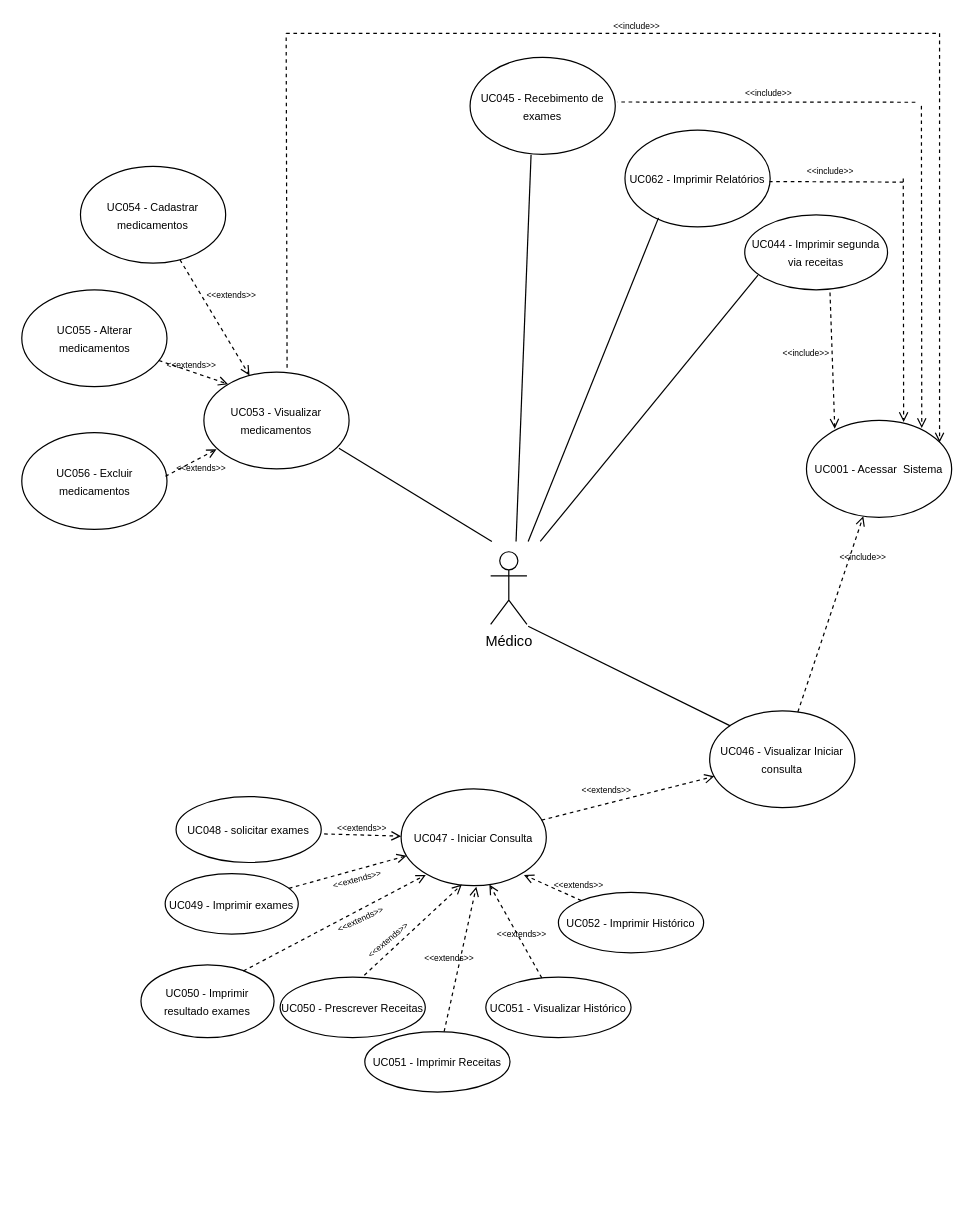
Above: MÉDICO.drawio in botavares/tcc_pucminas_clinmed (draw.io), before the change. Source tidied: cells renumbered, new cells numbered last; positions are measured from the earlier drawing's top-left corner, leaving out a move shared by most shapes. Both pictures are drawn from the tidied source at 121%, with x=0, y=0 at pixel (22, 21).
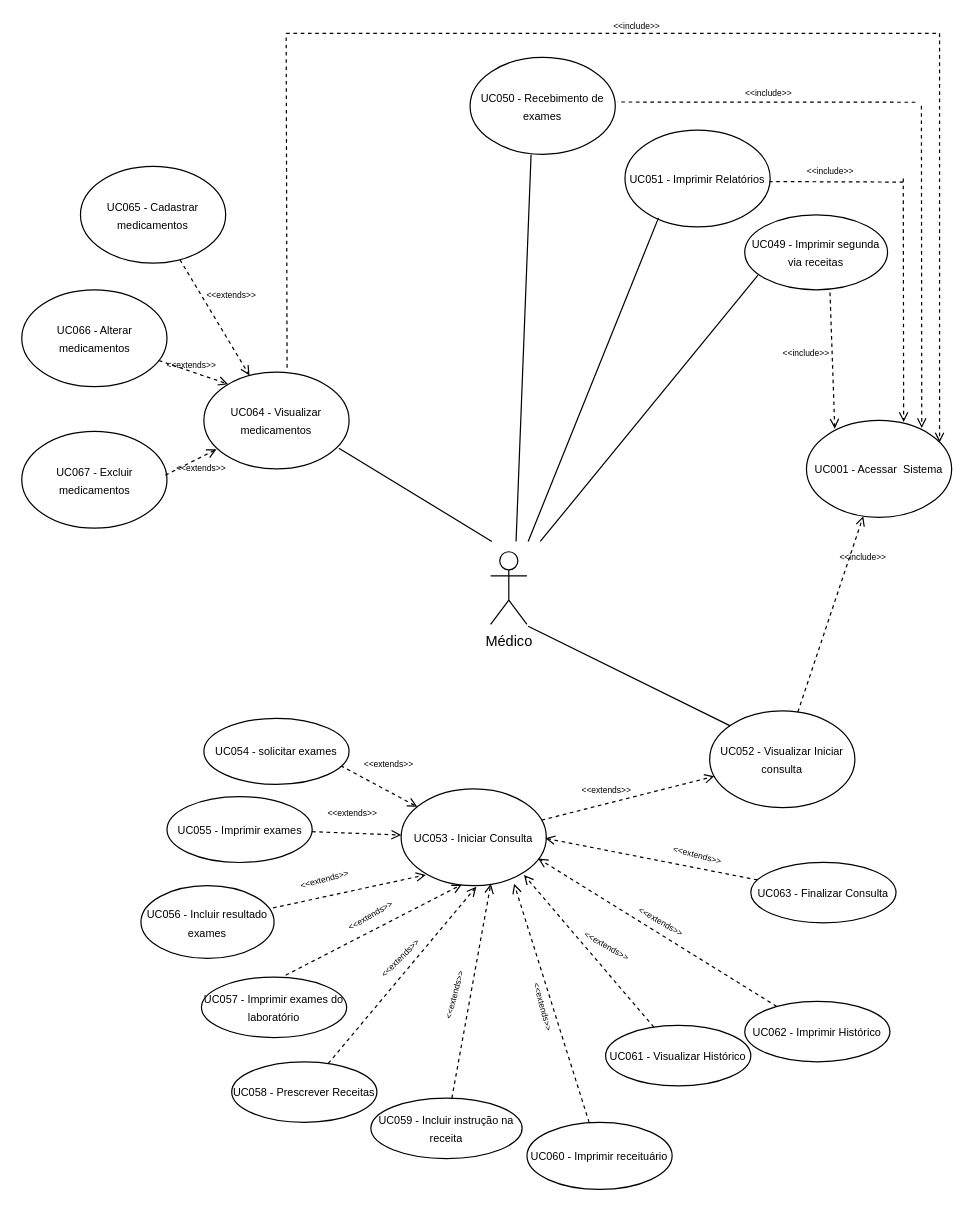
After the change.

Diff of the diagram source:
```diff
@@
-    <mxCell id="4" value="&lt;font style=&quot;font-size: 9px&quot;&gt;UC046 - Visualizar Iniciar consulta&lt;/font&gt;" style="ellipse;whiteSpace=wrap;html=1;" parent="1" vertex="1">
+    <mxCell id="4" value="&lt;font style=&quot;font-size: 9px&quot;&gt;UC052 - Visualizar Iniciar consulta&lt;/font&gt;" style="ellipse;whiteSpace=wrap;html=1;" parent="1" vertex="1">
       <mxGeometry x="568" y="570" width="120" height="80" as="geometry" />
     </mxCell>
@@
-    <mxCell id="7" value="&lt;font style=&quot;font-size: 9px&quot;&gt;UC047 - Iniciar Consulta&lt;br&gt;&lt;/font&gt;" style="ellipse;whiteSpace=wrap;html=1;" parent="1" vertex="1">
+    <mxCell id="7" value="&lt;font style=&quot;font-size: 9px&quot;&gt;UC053 - Iniciar Consulta&lt;br&gt;&lt;/font&gt;" style="ellipse;whiteSpace=wrap;html=1;" parent="1" vertex="1">
       <mxGeometry x="313" y="634.5" width="120" height="80" as="geometry" />
     </mxCell>
-    <mxCell id="8" style="endArrow=open;html=1;dashed=1;fontSize=7;endFill=0;exitX=1.02;exitY=0.567;exitDx=0;exitDy=0;exitPerimeter=0;" parent="1" edge="1" source="9" target="7">
+    <mxCell id="8" style="endArrow=open;html=1;dashed=1;fontSize=7;endFill=0;exitX=0.942;exitY=0.717;exitDx=0;exitDy=0;exitPerimeter=0;" parent="1" edge="1" source="9" target="7">
       <mxGeometry relative="1" as="geometry" />
     </mxCell>
-    <mxCell id="9" value="&lt;font style=&quot;font-size: 9px&quot;&gt;UC048 - solicitar exames&lt;/font&gt;" style="ellipse;whiteSpace=wrap;html=1;" parent="1" vertex="1">
-      <mxGeometry x="127" y="640.8" width="120" height="54.5" as="geometry" />
+    <mxCell id="9" value="&lt;font style=&quot;font-size: 9px&quot;&gt;UC054 - solicitar exames&lt;/font&gt;" style="ellipse;whiteSpace=wrap;html=1;" parent="1" vertex="1">
+      <mxGeometry x="150" y="576.2" width="120" height="54.5" as="geometry" />
     </mxCell>
-    <mxCell id="10" value="&lt;font style=&quot;font-size: 9px&quot;&gt;UC049 - Imprimir exames&lt;/font&gt;" style="ellipse;whiteSpace=wrap;html=1;" parent="1" vertex="1">
-      <mxGeometry x="118" y="704.5" width="110" height="50" as="geometry" />
+    <mxCell id="10" value="&lt;font style=&quot;font-size: 9px&quot;&gt;UC055 - Imprimir exames&lt;/font&gt;" style="ellipse;whiteSpace=wrap;html=1;" parent="1" vertex="1">
+      <mxGeometry x="119.5" y="640.8" width="120" height="54.5" as="geometry" />
     </mxCell>
-    <mxCell id="11" value="&lt;font style=&quot;font-size: 9px&quot;&gt;UC045 - Recebimento de exames&lt;/font&gt;" style="ellipse;whiteSpace=wrap;html=1;" parent="1" vertex="1">
+    <mxCell id="11" value="&lt;font style=&quot;font-size: 9px&quot;&gt;UC050 - Recebimento de exames&lt;/font&gt;" style="ellipse;whiteSpace=wrap;html=1;" parent="1" vertex="1">
       <mxGeometry x="370" y="30" width="120" height="80" as="geometry" />
     </mxCell>
-    <mxCell id="12" value="&lt;font style=&quot;font-size: 9px&quot;&gt;UC044 - Imprimir segunda via receitas&lt;/font&gt;" style="ellipse;whiteSpace=wrap;html=1;" parent="1" vertex="1">
+    <mxCell id="12" value="&lt;font style=&quot;font-size: 9px&quot;&gt;UC049 - Imprimir segunda via receitas&lt;/font&gt;" style="ellipse;whiteSpace=wrap;html=1;" parent="1" vertex="1">
       <mxGeometry x="597" y="160" width="118" height="62" as="geometry" />
     </mxCell>
@@
-    <mxCell id="19" value="&lt;font style=&quot;font-size: 9px&quot;&gt;UC053 - Visualizar medicamentos&lt;/font&gt;" style="ellipse;whiteSpace=wrap;html=1;" parent="1" vertex="1">
+    <mxCell id="19" value="&lt;font style=&quot;font-size: 9px&quot;&gt;UC064 - Visualizar medicamentos&lt;/font&gt;" style="ellipse;whiteSpace=wrap;html=1;" parent="1" vertex="1">
       <mxGeometry x="150" y="290" width="120" height="80" as="geometry" />
     </mxCell>
-    <mxCell id="20" value="&lt;font style=&quot;font-size: 9px&quot;&gt;UC055 - Alterar medicamentos&lt;/font&gt;" style="ellipse;whiteSpace=wrap;html=1;" parent="1" vertex="1">
+    <mxCell id="20" value="&lt;font style=&quot;font-size: 9px&quot;&gt;UC066 - Alterar medicamentos&lt;/font&gt;" style="ellipse;whiteSpace=wrap;html=1;" parent="1" vertex="1">
       <mxGeometry x="-0.5" y="222" width="120" height="80" as="geometry" />
     </mxCell>
-    <mxCell id="21" value="&lt;font style=&quot;font-size: 9px&quot;&gt;UC056 - Excluir medicamentos&lt;/font&gt;" style="ellipse;whiteSpace=wrap;html=1;" parent="1" vertex="1">
-      <mxGeometry x="-0.5" y="340" width="120" height="80" as="geometry" />
+    <mxCell id="21" value="&lt;font style=&quot;font-size: 9px&quot;&gt;UC067 - Excluir medicamentos&lt;/font&gt;" style="ellipse;whiteSpace=wrap;html=1;" parent="1" vertex="1">
+      <mxGeometry x="-0.5" y="339" width="120" height="80" as="geometry" />
     </mxCell>
@@
     <mxCell id="24" value="&amp;lt;&amp;lt;extends&amp;gt;&amp;gt;" style="text;html=1;strokeColor=none;fillColor=none;align=center;verticalAlign=middle;whiteSpace=wrap;rounded=0;fontSize=7;rotation=0;" parent="1" vertex="1">
-      <mxGeometry x="261" y="663" width="40" height="10" as="geometry" />
+      <mxGeometry x="283" y="610" width="40" height="10" as="geometry" />
     </mxCell>
-    <mxCell id="25" value="&lt;font style=&quot;font-size: 9px&quot;&gt;UC050 - Imprimir resultado exames&lt;br&gt;&lt;/font&gt;" style="ellipse;whiteSpace=wrap;html=1;" parent="1" vertex="1">
-      <mxGeometry x="98" y="780" width="110" height="60" as="geometry" />
+    <mxCell id="25" value="&lt;font style=&quot;font-size: 9px&quot;&gt;UC056 - Incluir resultado exames&lt;br&gt;&lt;/font&gt;" style="ellipse;whiteSpace=wrap;html=1;" parent="1" vertex="1">
+      <mxGeometry x="98" y="714.5" width="110" height="60" as="geometry" />
     </mxCell>
-    <mxCell id="26" style="endArrow=open;html=1;dashed=1;fontSize=7;endFill=0;exitX=0.769;exitY=0.083;exitDx=0;exitDy=0;exitPerimeter=0;entryX=0.17;entryY=0.888;entryDx=0;entryDy=0;entryPerimeter=0;" parent="1" edge="1" source="25" target="7">
+    <mxCell id="26" style="endArrow=open;html=1;dashed=1;fontSize=7;endFill=0;exitX=0.992;exitY=0.306;exitDx=0;exitDy=0;exitPerimeter=0;entryX=0.17;entryY=0.888;entryDx=0;entryDy=0;entryPerimeter=0;" parent="1" edge="1" source="25" target="7">
       <mxGeometry relative="1" as="geometry" />
     </mxCell>
-    <mxCell id="27" value="&amp;lt;&amp;lt;extends&amp;gt;&amp;gt;" style="text;html=1;strokeColor=none;fillColor=none;align=center;verticalAlign=middle;whiteSpace=wrap;rounded=0;fontSize=7;rotation=-15;" parent="1" vertex="1">
-      <mxGeometry x="257" y="704.5" width="40" height="10" as="geometry" />
+    <mxCell id="27" value="&amp;lt;&amp;lt;extends&amp;gt;&amp;gt;" style="text;html=1;strokeColor=none;fillColor=none;align=center;verticalAlign=middle;whiteSpace=wrap;rounded=0;fontSize=7;rotation=0;" parent="1" vertex="1">
+      <mxGeometry x="253" y="650" width="40" height="10" as="geometry" />
     </mxCell>
-    <mxCell id="28" value="&amp;lt;&amp;lt;extends&amp;gt;&amp;gt;" style="text;html=1;strokeColor=none;fillColor=none;align=center;verticalAlign=middle;whiteSpace=wrap;rounded=0;fontSize=7;rotation=-25;" parent="1" vertex="1">
-      <mxGeometry x="260" y="738" width="40" height="10" as="geometry" />
+    <mxCell id="28" value="&amp;lt;&amp;lt;extends&amp;gt;&amp;gt;" style="text;html=1;strokeColor=none;fillColor=none;align=center;verticalAlign=middle;whiteSpace=wrap;rounded=0;fontSize=7;rotation=-15;" parent="1" vertex="1">
+      <mxGeometry x="230" y="704.5" width="40" height="10" as="geometry" />
     </mxCell>
@@
-    <mxCell id="30" value="&lt;font style=&quot;font-size: 9px&quot;&gt;UC050 - Prescrever Receitas&lt;br&gt;&lt;/font&gt;" style="ellipse;whiteSpace=wrap;html=1;" parent="1" vertex="1">
-      <mxGeometry x="213" y="790" width="120" height="50" as="geometry" />
+    <mxCell id="30" value="&lt;font style=&quot;font-size: 9px&quot;&gt;UC057 - Imprimir exames do laboratório&lt;br&gt;&lt;/font&gt;" style="ellipse;whiteSpace=wrap;html=1;" parent="1" vertex="1">
+      <mxGeometry x="148" y="790" width="120" height="50" as="geometry" />
     </mxCell>
@@
-    <mxCell id="32" value="&amp;lt;&amp;lt;extends&amp;gt;&amp;gt;" style="text;html=1;strokeColor=none;fillColor=none;align=center;verticalAlign=middle;whiteSpace=wrap;rounded=0;fontSize=7;rotation=-40;" parent="1" vertex="1">
-      <mxGeometry x="283" y="755" width="40" height="10" as="geometry" />
+    <mxCell id="32" value="&amp;lt;&amp;lt;extends&amp;gt;&amp;gt;" style="text;html=1;strokeColor=none;fillColor=none;align=center;verticalAlign=middle;whiteSpace=wrap;rounded=0;fontSize=7;rotation=-30;" parent="1" vertex="1">
+      <mxGeometry x="268" y="734.5" width="40" height="10" as="geometry" />
     </mxCell>
-    <mxCell id="33" value="&lt;font style=&quot;font-size: 9px&quot;&gt;UC051 - Imprimir Receitas&lt;br&gt;&lt;/font&gt;" style="ellipse;whiteSpace=wrap;html=1;" parent="1" vertex="1">
-      <mxGeometry x="283" y="835" width="120" height="50" as="geometry" />
+    <mxCell id="33" value="&lt;font style=&quot;font-size: 9px&quot;&gt;UC058 - Prescrever Receitas&lt;br&gt;&lt;/font&gt;" style="ellipse;whiteSpace=wrap;html=1;" parent="1" vertex="1">
+      <mxGeometry x="173" y="860" width="120" height="50" as="geometry" />
     </mxCell>
@@
-    <mxCell id="35" value="&amp;lt;&amp;lt;extends&amp;gt;&amp;gt;" style="text;html=1;strokeColor=none;fillColor=none;align=center;verticalAlign=middle;whiteSpace=wrap;rounded=0;fontSize=7;rotation=0;" parent="1" vertex="1">
-      <mxGeometry x="333" y="770" width="40" height="10" as="geometry" />
+    <mxCell id="35" value="&amp;lt;&amp;lt;extends&amp;gt;&amp;gt;" style="text;html=1;strokeColor=none;fillColor=none;align=center;verticalAlign=middle;whiteSpace=wrap;rounded=0;fontSize=7;rotation=-45;" parent="1" vertex="1">
+      <mxGeometry x="293" y="770" width="40" height="10" as="geometry" />
     </mxCell>
-    <mxCell id="36" value="&lt;font style=&quot;font-size: 9px&quot;&gt;UC051 - Visualizar Histórico&lt;br&gt;&lt;/font&gt;" style="ellipse;whiteSpace=wrap;html=1;" parent="1" vertex="1">
-      <mxGeometry x="383" y="790" width="120" height="50" as="geometry" />
+    <mxCell id="36" value="&lt;font style=&quot;font-size: 9px&quot;&gt;UC060 - Imprimir receituário&lt;br&gt;&lt;/font&gt;" style="ellipse;whiteSpace=wrap;html=1;" parent="1" vertex="1">
+      <mxGeometry x="417" y="910" width="120" height="55.5" as="geometry" />
     </mxCell>
-    <mxCell id="37" value="&lt;font style=&quot;font-size: 9px&quot;&gt;UC052 - Imprimir Histórico&lt;br&gt;&lt;/font&gt;" style="ellipse;whiteSpace=wrap;html=1;" parent="1" vertex="1">
-      <mxGeometry x="443" y="720" width="120" height="50" as="geometry" />
+    <mxCell id="37" value="&lt;font style=&quot;font-size: 9px&quot;&gt;UC061 - Visualizar Histórico&lt;br&gt;&lt;/font&gt;" style="ellipse;whiteSpace=wrap;html=1;" parent="1" vertex="1">
+      <mxGeometry x="482" y="830" width="120" height="50" as="geometry" />
     </mxCell>
-    <mxCell id="38" style="endArrow=open;html=1;dashed=1;fontSize=7;endFill=0;entryX=0.608;entryY=0.988;entryDx=0;entryDy=0;entryPerimeter=0;" parent="1" edge="1" source="36" target="7">
+    <mxCell id="38" style="endArrow=open;html=1;dashed=1;fontSize=7;endFill=0;entryX=0.778;entryY=0.979;entryDx=0;entryDy=0;entryPerimeter=0;" parent="1" edge="1" source="36" target="7">
       <mxGeometry relative="1" as="geometry" />
     </mxCell>
-    <mxCell id="39" value="&amp;lt;&amp;lt;extends&amp;gt;&amp;gt;" style="text;html=1;strokeColor=none;fillColor=none;align=center;verticalAlign=middle;whiteSpace=wrap;rounded=0;fontSize=7;rotation=0;" parent="1" vertex="1">
-      <mxGeometry x="393" y="750" width="40" height="10" as="geometry" />
+    <mxCell id="39" value="&amp;lt;&amp;lt;extends&amp;gt;&amp;gt;" style="text;html=1;strokeColor=none;fillColor=none;align=center;verticalAlign=middle;whiteSpace=wrap;rounded=0;fontSize=7;rotation=75;" parent="1" vertex="1">
+      <mxGeometry x="410" y="810" width="40" height="10" as="geometry" />
     </mxCell>
@@
-    <mxCell id="41" value="&amp;lt;&amp;lt;extends&amp;gt;&amp;gt;" style="text;html=1;strokeColor=none;fillColor=none;align=center;verticalAlign=middle;whiteSpace=wrap;rounded=0;fontSize=7;rotation=0;" parent="1" vertex="1">
-      <mxGeometry x="440" y="710" width="40" height="10" as="geometry" />
+    <mxCell id="41" value="&amp;lt;&amp;lt;extends&amp;gt;&amp;gt;" style="text;html=1;strokeColor=none;fillColor=none;align=center;verticalAlign=middle;whiteSpace=wrap;rounded=0;fontSize=7;rotation=30;" parent="1" vertex="1">
+      <mxGeometry x="463" y="760" width="40" height="10" as="geometry" />
     </mxCell>
-    <mxCell id="42" value="&lt;font style=&quot;font-size: 9px&quot;&gt;UC054 - Cadastrar medicamentos&lt;/font&gt;" style="ellipse;whiteSpace=wrap;html=1;" parent="1" vertex="1">
+    <mxCell id="42" value="&lt;font style=&quot;font-size: 9px&quot;&gt;UC065 - Cadastrar medicamentos&lt;/font&gt;" style="ellipse;whiteSpace=wrap;html=1;" parent="1" vertex="1">
       <mxGeometry x="48" y="120" width="120" height="80" as="geometry" />
     </mxCell>
@@
-    <mxCell id="56" value="&lt;font style=&quot;font-size: 9px&quot;&gt;UC062 - Imprimir Relatórios&lt;br&gt;&lt;/font&gt;" style="ellipse;whiteSpace=wrap;html=1;" parent="1" vertex="1">
+    <mxCell id="56" value="&lt;font style=&quot;font-size: 9px&quot;&gt;UC051 - Imprimir Relatórios&lt;br&gt;&lt;/font&gt;" style="ellipse;whiteSpace=wrap;html=1;" parent="1" vertex="1">
       <mxGeometry x="498" y="90" width="120" height="80" as="geometry" />
     </mxCell>
@@
+    <mxCell id="61" value="&lt;font style=&quot;font-size: 9px&quot;&gt;UC059 - Incluir instrução na receita&lt;br&gt;&lt;/font&gt;" style="ellipse;whiteSpace=wrap;html=1;" parent="1" vertex="1">
+      <mxGeometry x="288" y="890" width="125" height="50" as="geometry" />
+    </mxCell>
+    <mxCell id="62" style="endArrow=open;html=1;dashed=1;fontSize=7;endFill=0;entryX=0.618;entryY=0.979;entryDx=0;entryDy=0;entryPerimeter=0;" parent="1" edge="1" source="61" target="7">
+      <mxGeometry relative="1" as="geometry" />
+    </mxCell>
+    <mxCell id="63" value="&amp;lt;&amp;lt;extends&amp;gt;&amp;gt;" style="text;html=1;strokeColor=none;fillColor=none;align=center;verticalAlign=middle;whiteSpace=wrap;rounded=0;fontSize=7;rotation=-75;" parent="1" vertex="1">
+      <mxGeometry x="338" y="800" width="40" height="10" as="geometry" />
+    </mxCell>
+    <mxCell id="64" value="&lt;font style=&quot;font-size: 9px&quot;&gt;UC062 - Imprimir Histórico&lt;br&gt;&lt;/font&gt;" style="ellipse;whiteSpace=wrap;html=1;" parent="1" vertex="1">
+      <mxGeometry x="597" y="810" width="120" height="50" as="geometry" />
+    </mxCell>
+    <mxCell id="65" style="endArrow=open;html=1;dashed=1;fontSize=7;endFill=0;entryX=0.944;entryY=0.719;entryDx=0;entryDy=0;entryPerimeter=0;" parent="1" edge="1" source="64" target="7">
+      <mxGeometry relative="1" as="geometry" />
+    </mxCell>
+    <mxCell id="66" value="&amp;lt;&amp;lt;extends&amp;gt;&amp;gt;" style="text;html=1;strokeColor=none;fillColor=none;align=center;verticalAlign=middle;whiteSpace=wrap;rounded=0;fontSize=7;rotation=30;" parent="1" vertex="1">
+      <mxGeometry x="508" y="739.5" width="40" height="10" as="geometry" />
+    </mxCell>
+    <mxCell id="67" value="&lt;font style=&quot;font-size: 9px&quot;&gt;UC063 - Finalizar Consulta&lt;br&gt;&lt;/font&gt;" style="ellipse;whiteSpace=wrap;html=1;" parent="1" vertex="1">
+      <mxGeometry x="602" y="695.2" width="120" height="50" as="geometry" />
+    </mxCell>
+    <mxCell id="68" style="endArrow=open;html=1;dashed=1;fontSize=7;endFill=0;entryX=0.993;entryY=0.51;entryDx=0;entryDy=0;entryPerimeter=0;" parent="1" edge="1" source="67" target="7">
+      <mxGeometry relative="1" as="geometry" />
+    </mxCell>
+    <mxCell id="69" value="&amp;lt;&amp;lt;extends&amp;gt;&amp;gt;" style="text;html=1;strokeColor=none;fillColor=none;align=center;verticalAlign=middle;whiteSpace=wrap;rounded=0;fontSize=7;rotation=15;" parent="1" vertex="1">
+      <mxGeometry x="538" y="685.2" width="40" height="10" as="geometry" />
+    </mxCell>
```
